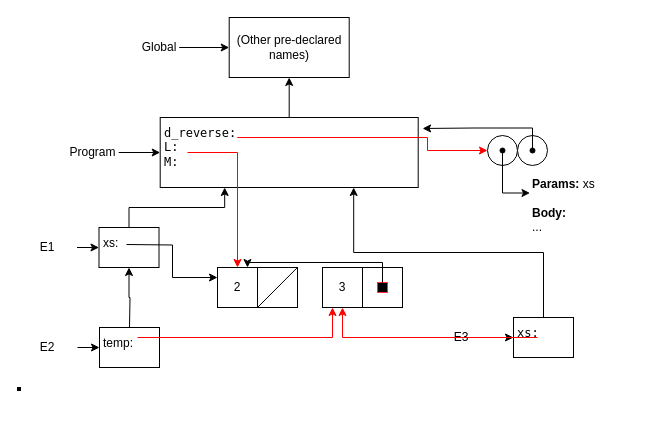
The draw.io diagram page "Question 1" (1 of 3) of Environment model.drawio in JingYenLoh/drawio, before the edit. Source tidied: cells renumbered, new cells numbered last; positions are measured from the earlier drawing's top-left corner, leaving out a move shared by most shapes. Both pictures are drawn from the tidied source at 100%, with x=0, y=0 at pixel (16, 17).
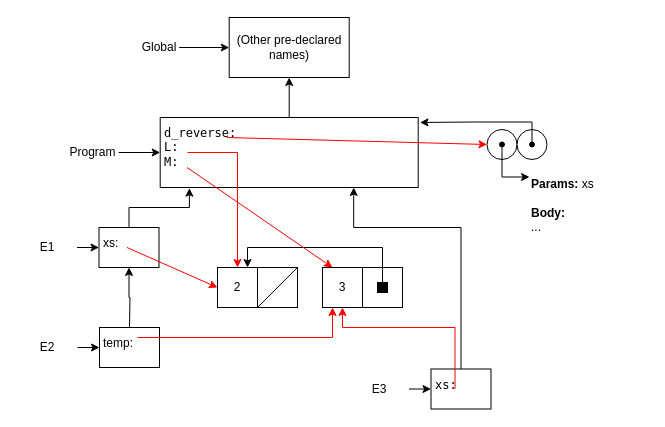
The same page after the edit.

The change refers to these unchanged cells:
```xml
<mxCell id="7" value="&lt;div&gt;&lt;font face=&quot;Lucida Console&quot;&gt;d_reverse:&lt;/font&gt;&lt;/div&gt;&lt;div&gt;&lt;font face=&quot;Lucida Console&quot;&gt;L:&lt;/font&gt;&lt;/div&gt;&lt;div&gt;&lt;font face=&quot;Lucida Console&quot;&gt;M:&lt;br&gt;&lt;/font&gt;&lt;/div&gt;" style="rounded=0;whiteSpace=wrap;html=1;align=left;verticalAlign=top;spacingLeft=0;spacingTop=0;spacingBottom=0;spacingRight=0;spacing=4;" parent="6" vertex="1">
  <mxGeometry x="92" width="258" height="70" as="geometry" />
</mxCell>
<mxCell id="14" style="ellipse;whiteSpace=wrap;html=1;rounded=0;align=left;" parent="13" vertex="1">
  <mxGeometry width="30" height="30" as="geometry" />
</mxCell>
<mxCell id="16" style="ellipse;whiteSpace=wrap;html=1;rounded=0;align=left;fillColor=#000000;" parent="13" vertex="1">
  <mxGeometry x="42.5" y="12.5" width="5" height="5" as="geometry" />
</mxCell>
<mxCell id="17" style="ellipse;whiteSpace=wrap;html=1;rounded=0;align=left;fillColor=#000000;" parent="13" vertex="1">
  <mxGeometry x="12.5" y="12.5" width="5" height="5" as="geometry" />
</mxCell>
<mxCell id="18" value="&lt;b&gt;Params: &lt;/b&gt;xs&lt;br&gt;&lt;br&gt;&lt;b&gt;Body: &lt;/b&gt;&lt;br&gt;..." style="text;html=1;strokeColor=none;fillColor=none;align=left;verticalAlign=top;whiteSpace=wrap;rounded=0;" parent="11" vertex="1">
  <mxGeometry x="42.5" y="55" width="118" height="90" as="geometry" />
</mxCell>
<mxCell id="22" value="2" style="whiteSpace=wrap;html=1;rounded=0;align=center;verticalAlign=middle;" parent="21" vertex="1">
  <mxGeometry width="40" height="40" as="geometry" />
</mxCell>
<mxCell id="26" style="group;rounded=0;fillColor=none;align=center;html=1;verticalAlign=middle;" parent="25" vertex="1">
  <mxGeometry width="80" height="40" as="geometry" />
</mxCell>
<mxCell id="27" value="3" style="whiteSpace=wrap;html=1;rounded=0;align=center;verticalAlign=middle;" parent="26" vertex="1">
  <mxGeometry width="40" height="40" as="geometry" />
</mxCell>
<mxCell id="31" value="xs:" style="rounded=0;whiteSpace=wrap;html=1;align=left;verticalAlign=top;spacingLeft=0;spacingTop=0;spacingBottom=0;spacingRight=0;spacing=4;" parent="30" vertex="1">
  <mxGeometry x="82" width="60" height="40" as="geometry" />
</mxCell>
<mxCell id="39" value="&lt;font face=&quot;Lucida Console&quot;&gt;xs: &lt;br&gt;&lt;/font&gt;" style="rounded=0;whiteSpace=wrap;html=1;align=left;verticalAlign=top;spacingLeft=0;spacingTop=0;spacingBottom=0;spacingRight=0;spacing=4;" parent="38" vertex="1">
  <mxGeometry x="82" width="60" height="40" as="geometry" />
</mxCell>
```

What changed in the source:
```diff
@@
     <mxCell id="11" style="group;" parent="1" vertex="1">
-      <mxGeometry x="471" y="98" width="160.5" height="145" as="geometry" />
+      <mxGeometry x="470.5" y="97.5" width="160.5" height="145" as="geometry" />
     </mxCell>
     <mxCell id="12" style="group;" parent="11" vertex="1">
-      <mxGeometry y="20" width="60" height="30" as="geometry" />
+      <mxGeometry y="14.5" width="60" height="30" as="geometry" />
     </mxCell>
@@
-    <mxCell id="19" style="edgeStyle=orthogonalEdgeStyle;rounded=0;jettySize=auto;html=1;exitX=0.5;exitY=1;exitDx=0;exitDy=0;entryX=0;entryY=0.25;entryDx=0;entryDy=0;" parent="11" edge="1" source="17" target="18">
-      <mxGeometry relative="1" as="geometry" />
+    <mxCell id="19" style="edgeStyle=orthogonalEdgeStyle;rounded=0;jettySize=auto;html=1;exitX=0.5;exitY=1;exitDx=0;exitDy=0;" parent="11" edge="1" source="17" target="18">
+      <mxGeometry relative="1" as="geometry">
+        <Array as="points">
+          <mxPoint x="15" y="62" />
+        </Array>
+      </mxGeometry>
     </mxCell>
-    <mxCell id="20" style="edgeStyle=orthogonalEdgeStyle;rounded=0;jettySize=auto;html=1;exitX=0.5;exitY=0;exitDx=0;exitDy=0;entryX=1.017;entryY=0.157;entryDx=0;entryDy=0;entryPerimeter=0;" parent="1" edge="1" source="16" target="7">
+    <mxCell id="20" style="edgeStyle=orthogonalEdgeStyle;rounded=0;jettySize=auto;html=1;exitX=0.5;exitY=0;exitDx=0;exitDy=0;entryX=1.007;entryY=0.071;entryDx=0;entryDy=0;entryPerimeter=0;" parent="1" edge="1" source="16" target="7">
       <mxGeometry relative="1" as="geometry" />
     </mxCell>
@@
-    <mxCell id="29" style="whiteSpace=wrap;html=1;rounded=0;fillColor=#000000;align=left;strokeColor=#FF3333;" parent="26" vertex="1">
+    <mxCell id="29" style="whiteSpace=wrap;html=1;rounded=0;fillColor=#000000;align=left;strokeColor=#000000;" parent="26" vertex="1">
       <mxGeometry x="55" y="15" width="10" height="10" as="geometry" />
     </mxCell>
@@
     <mxCell id="38" style="group;" parent="1" vertex="1">
-      <mxGeometry x="415" y="300" width="142" height="40" as="geometry" />
+      <mxGeometry x="332.5" y="351.5" width="142" height="40" as="geometry" />
     </mxCell>
@@
     <mxCell id="43" style="edgeStyle=orthogonalEdgeStyle;rounded=0;jettySize=auto;html=1;exitX=0.5;exitY=0;exitDx=0;exitDy=0;entryX=0.75;entryY=1;entryDx=0;entryDy=0;" parent="1" edge="1" source="39" target="7">
-      <mxGeometry relative="1" as="geometry" />
+      <mxGeometry relative="1" as="geometry">
+        <Array as="points">
+          <mxPoint x="445" y="210" />
+          <mxPoint x="337" y="210" />
+        </Array>
+      </mxGeometry>
     </mxCell>
-    <mxCell id="44" style="edgeStyle=orthogonalEdgeStyle;rounded=0;jettySize=auto;html=1;entryX=0;entryY=0.25;entryDx=0;entryDy=0;exitX=0.308;exitY=0.425;exitDx=0;exitDy=0;exitPerimeter=0;" parent="1" edge="1" target="22">
-      <mxGeometry relative="1" as="geometry">
-        <mxPoint x="110" y="227" as="sourcePoint" />
-      </mxGeometry>
-    </mxCell>
-    <mxCell id="45" style="edgeStyle=orthogonalEdgeStyle;rounded=0;jettySize=auto;html=1;entryX=0.25;entryY=1;entryDx=0;entryDy=0;exitX=0.5;exitY=0;exitDx=0;exitDy=0;" parent="1" edge="1" source="31" target="7">
+    <mxCell id="45" style="edgeStyle=orthogonalEdgeStyle;rounded=0;jettySize=auto;html=1;entryX=0.113;entryY=1.01;entryDx=0;entryDy=0;exitX=0.5;exitY=0;exitDx=0;exitDy=0;entryPerimeter=0;" parent="1" edge="1" source="31" target="7">
       <mxGeometry relative="1" as="geometry" />
     </mxCell>
-    <mxCell id="46" style="edgeStyle=orthogonalEdgeStyle;rounded=0;jettySize=auto;html=1;entryX=0;entryY=0.5;entryDx=0;entryDy=0;exitX=0.299;exitY=0.286;exitDx=0;exitDy=0;exitPerimeter=0;strokeColor=#FF0000;" parent="1" edge="1" source="7" target="14">
-      <mxGeometry relative="1" as="geometry">
-        <Array as="points">
-          <mxPoint x="411" y="120" />
-          <mxPoint x="411" y="133" />
-        </Array>
-      </mxGeometry>
-    </mxCell>
@@
     <mxCell id="48" style="edgeStyle=orthogonalEdgeStyle;rounded=0;jettySize=auto;html=1;exitX=0.4;exitY=0.5;exitDx=0;exitDy=0;entryX=0.5;entryY=1;entryDx=0;entryDy=0;strokeColor=#FF0000;exitPerimeter=0;" parent="1" edge="1" source="39" target="27">
-      <mxGeometry relative="1" as="geometry" />
+      <mxGeometry relative="1" as="geometry">
+        <Array as="points">
+          <mxPoint x="438.5" y="310" />
+          <mxPoint x="325.5" y="310" />
+        </Array>
+      </mxGeometry>
     </mxCell>
@@
-    <mxCell id="50" style="whiteSpace=wrap;html=1;rounded=0;fillColor=#000000;align=left;" parent="1" vertex="1">
-      <mxGeometry x="1" y="370" width="3" height="3" as="geometry" />
-    </mxCell>
     <mxCell id="51" style="edgeStyle=orthogonalEdgeStyle;rounded=0;jettySize=auto;html=1;exitX=0.5;exitY=0;exitDx=0;exitDy=0;entryX=0.75;entryY=0;entryDx=0;entryDy=0;strokeColor=#000000;" parent="1" edge="1" source="29" target="22">
-      <mxGeometry relative="1" as="geometry" />
+      <mxGeometry relative="1" as="geometry">
+        <Array as="points">
+          <mxPoint x="366" y="230" />
+          <mxPoint x="231" y="230" />
+        </Array>
+      </mxGeometry>
     </mxCell>
+    <mxCell id="52" style="endArrow=classic;html=1;strokeColor=#FF0000;exitX=0.104;exitY=0.714;exitDx=0;exitDy=0;exitPerimeter=0;entryX=0.25;entryY=0;entryDx=0;entryDy=0;" parent="1" edge="1" source="7" target="27">
+      <mxGeometry relative="1" as="geometry" />
+    </mxCell>
+    <mxCell id="53" style="endArrow=classic;html=1;strokeColor=#FF0000;entryX=0;entryY=0.5;entryDx=0;entryDy=0;exitX=0.467;exitY=0.5;exitDx=0;exitDy=0;exitPerimeter=0;" parent="1" edge="1" source="31" target="22">
+      <mxGeometry relative="1" as="geometry" />
+    </mxCell>
+    <mxCell id="46" style="endArrow=classic;html=1;strokeColor=#FF0000;entryX=0;entryY=0.5;entryDx=0;entryDy=0;exitX=0.259;exitY=0.286;exitDx=0;exitDy=0;exitPerimeter=0;" parent="1" edge="1" source="7" target="14">
+      <mxGeometry relative="1" as="geometry" />
+    </mxCell>
```
